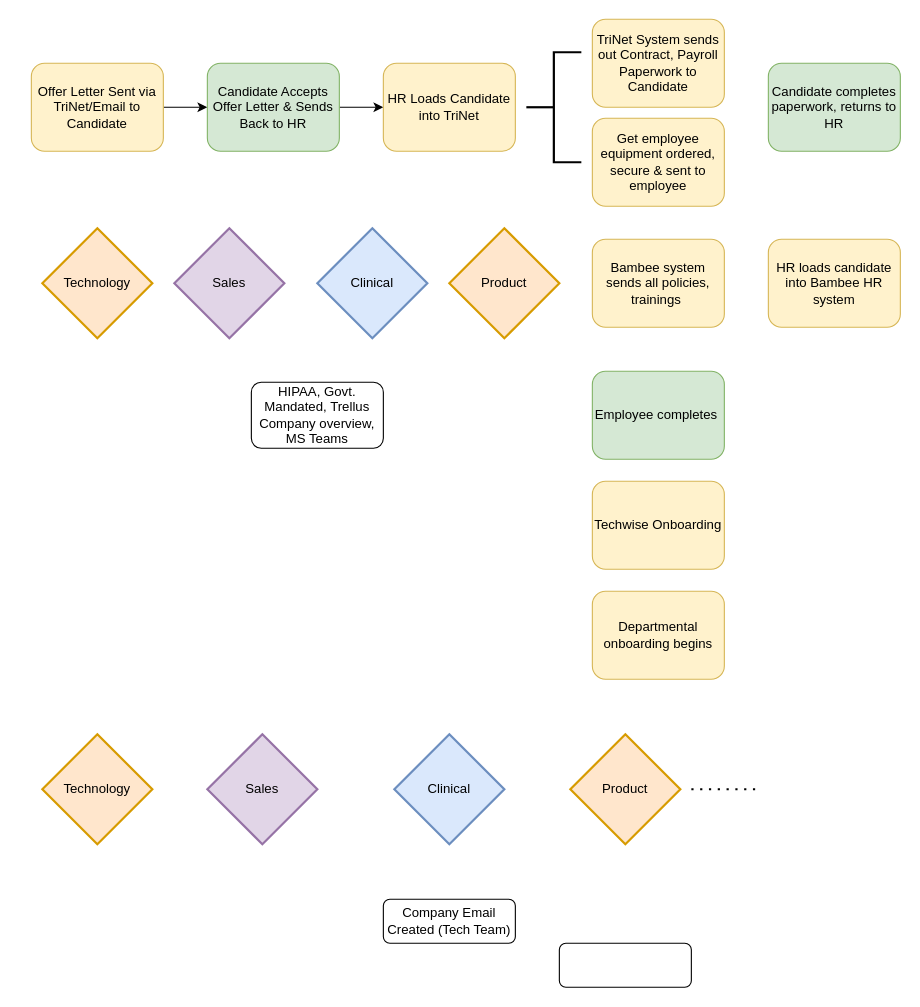
This is Untitled Diagram.drawio from jamey-trellus/diagrams, a draw.io file, before an edit. Source tidied: cells renumbered, new cells numbered last; positions are measured from the earlier drawing's top-left corner, leaving out a move shared by most shapes. Both pictures are drawn from the tidied source at 110%, with x=0, y=0 at pixel (31, 19).
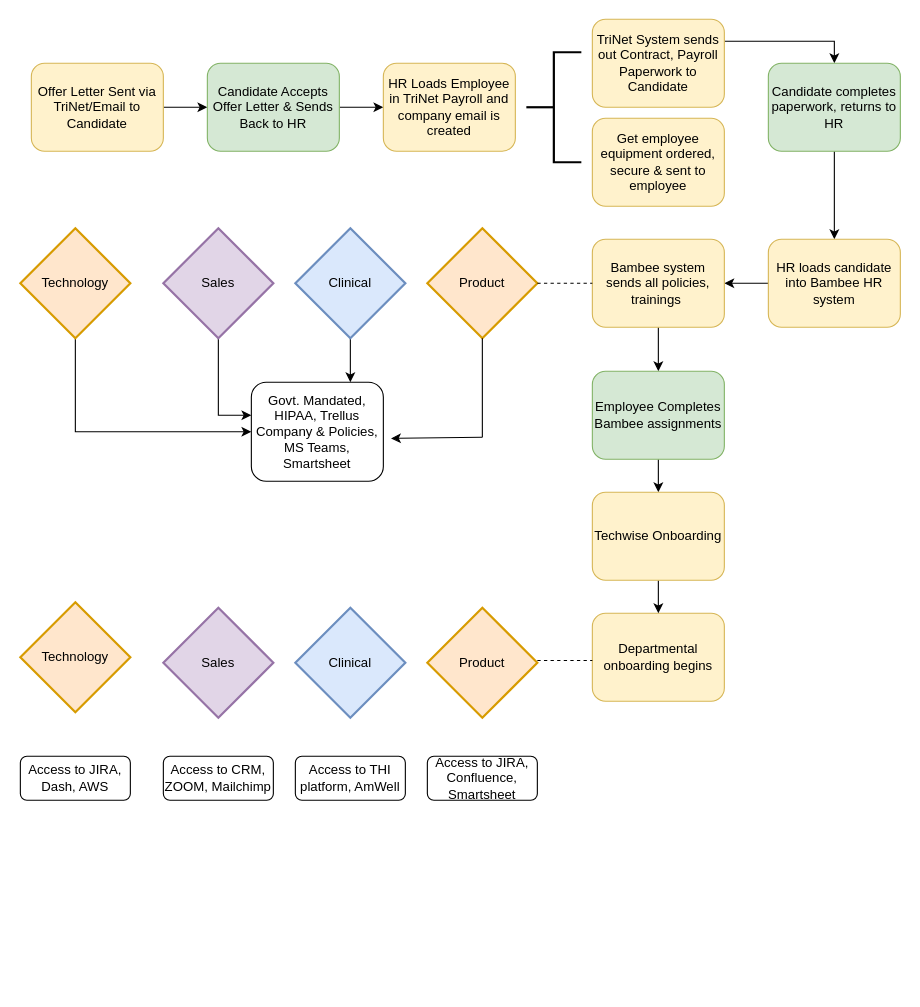
The same page after the edit.

Commit message:
Employee Onboarding Workflow.drawio

The change refers to these unchanged cells:
```xml
<mxCell id="6" value="TriNet System sends out Contract, Payroll Paperwork to Candidate" style="rounded=1;whiteSpace=wrap;html=1;fontSize=12;glass=0;strokeWidth=1;shadow=0;fillColor=#fff2cc;strokeColor=#d6b656;" parent="1" vertex="1">
  <mxGeometry x="510" width="120" height="80" as="geometry" />
</mxCell>
<mxCell id="7" value="Candidate completes paperwork, returns to HR" style="rounded=1;whiteSpace=wrap;html=1;fontSize=12;glass=0;strokeWidth=1;shadow=0;fillColor=#d5e8d4;strokeColor=#82b366;" parent="1" vertex="1">
  <mxGeometry x="670" y="40" width="120" height="80" as="geometry" />
</mxCell>
<mxCell id="8" value="HR loads candidate into Bambee HR system" style="rounded=1;whiteSpace=wrap;html=1;fontSize=12;glass=0;strokeWidth=1;shadow=0;fillColor=#fff2cc;strokeColor=#d6b656;" parent="1" vertex="1">
  <mxGeometry x="670" y="200" width="120" height="80" as="geometry" />
</mxCell>
<mxCell id="9" value="Bambee system sends all policies, trainings&amp;nbsp;" style="rounded=1;whiteSpace=wrap;html=1;fontSize=12;glass=0;strokeWidth=1;shadow=0;fillColor=#fff2cc;strokeColor=#d6b656;" parent="1" vertex="1">
  <mxGeometry x="510" y="200" width="120" height="80" as="geometry" />
</mxCell>
```

Diff of the diagram source:
```diff
@@
+    <mxCell id="28" style="edgeStyle=orthogonalEdgeStyle;rounded=0;jettySize=auto;html=1;entryX=0.5;entryY=0;entryDx=0;entryDy=0;" parent="1" edge="1" source="6" target="7">
+      <mxGeometry relative="1" as="geometry">
+        <Array as="points">
+          <mxPoint x="730" y="20" />
+        </Array>
+      </mxGeometry>
+    </mxCell>
@@
+    <mxCell id="29" style="edgeStyle=orthogonalEdgeStyle;rounded=0;jettySize=auto;html=1;entryX=0.5;entryY=0;entryDx=0;entryDy=0;" parent="1" edge="1" source="7" target="8">
+      <mxGeometry relative="1" as="geometry" />
+    </mxCell>
@@
+    <mxCell id="30" style="edgeStyle=orthogonalEdgeStyle;rounded=0;jettySize=auto;html=1;entryX=1;entryY=0.5;entryDx=0;entryDy=0;" parent="1" edge="1" source="8" target="9">
+      <mxGeometry relative="1" as="geometry" />
+    </mxCell>
@@
+    <mxCell id="31" style="edgeStyle=orthogonalEdgeStyle;rounded=0;jettySize=auto;html=1;entryX=0.5;entryY=0;entryDx=0;entryDy=0;" parent="1" edge="1" source="9" target="10">
+      <mxGeometry relative="1" as="geometry" />
+    </mxCell>
@@
+    <mxCell id="32" style="edgeStyle=orthogonalEdgeStyle;rounded=0;jettySize=auto;html=1;" parent="1" edge="1" source="10" target="17">
+      <mxGeometry relative="1" as="geometry" />
+    </mxCell>
-    <mxCell id="10" value="Employee completes&amp;nbsp;" style="rounded=1;whiteSpace=wrap;html=1;fontSize=12;glass=0;strokeWidth=1;shadow=0;fillColor=#d5e8d4;strokeColor=#82b366;" parent="1" vertex="1">
+    <mxCell id="10" value="Employee Completes Bambee assignments" style="rounded=1;whiteSpace=wrap;html=1;fontSize=12;glass=0;strokeWidth=1;shadow=0;fillColor=#d5e8d4;strokeColor=#82b366;" parent="1" vertex="1">
       <mxGeometry x="510" y="320" width="120" height="80" as="geometry" />
     </mxCell>
     <mxCell id="11" value="Departmental onboarding begins" style="rounded=1;whiteSpace=wrap;html=1;fontSize=12;glass=0;strokeWidth=1;shadow=0;fillColor=#fff2cc;strokeColor=#d6b656;" parent="1" vertex="1">
-      <mxGeometry x="510" y="520" width="120" height="80" as="geometry" />
+      <mxGeometry x="510" y="540" width="120" height="80" as="geometry" />
     </mxCell>
-    <mxCell id="12" value="HR Loads Candidate into TriNet" style="rounded=1;whiteSpace=wrap;html=1;fontSize=12;glass=0;strokeWidth=1;shadow=0;fillColor=#fff2cc;strokeColor=#d6b656;" parent="1" vertex="1">
+    <mxCell id="12" value="HR Loads Employee in TriNet Payroll and company email is created" style="rounded=1;whiteSpace=wrap;html=1;fontSize=12;glass=0;strokeWidth=1;shadow=0;fillColor=#fff2cc;strokeColor=#d6b656;" parent="1" vertex="1">
       <mxGeometry x="320" y="40" width="120" height="80" as="geometry" />
     </mxCell>
@@
+    <mxCell id="33" style="edgeStyle=orthogonalEdgeStyle;rounded=0;jettySize=auto;html=1;entryX=0.75;entryY=0;entryDx=0;entryDy=0;" parent="1" edge="1" source="14" target="27">
+      <mxGeometry relative="1" as="geometry" />
+    </mxCell>
     <mxCell id="14" value="Clinical" style="strokeWidth=2;html=1;shape=mxgraph.flowchart.decision;whiteSpace=wrap;fillColor=#dae8fc;strokeColor=#6c8ebf;" parent="1" vertex="1">
-      <mxGeometry x="260" y="190" width="100" height="100" as="geometry" />
+      <mxGeometry x="240" y="190" width="100" height="100" as="geometry" />
     </mxCell>
     <mxCell id="15" value="Product" style="strokeWidth=2;html=1;shape=mxgraph.flowchart.decision;whiteSpace=wrap;fillColor=#ffe6cc;strokeColor=#d79b00;" parent="1" vertex="1">
-      <mxGeometry x="380" y="190" width="100" height="100" as="geometry" />
+      <mxGeometry x="360" y="190" width="100" height="100" as="geometry" />
     </mxCell>
+    <mxCell id="34" style="edgeStyle=orthogonalEdgeStyle;rounded=0;jettySize=auto;html=1;entryX=0;entryY=0.333;entryDx=0;entryDy=0;entryPerimeter=0;" parent="1" edge="1" source="16" target="27">
+      <mxGeometry relative="1" as="geometry" />
+    </mxCell>
     <mxCell id="16" value="Sales" style="strokeWidth=2;html=1;shape=mxgraph.flowchart.decision;whiteSpace=wrap;fillColor=#e1d5e7;strokeColor=#9673a6;" parent="1" vertex="1">
-      <mxGeometry x="130" y="190" width="100" height="100" as="geometry" />
+      <mxGeometry x="120" y="190" width="100" height="100" as="geometry" />
     </mxCell>
+    <mxCell id="35" style="edgeStyle=orthogonalEdgeStyle;rounded=0;jettySize=auto;html=1;" parent="1" edge="1" source="17" target="11">
+      <mxGeometry relative="1" as="geometry" />
+    </mxCell>
     <mxCell id="17" value="Techwise Onboarding" style="rounded=1;whiteSpace=wrap;html=1;fontSize=12;glass=0;strokeWidth=1;shadow=0;fillColor=#fff2cc;strokeColor=#d6b656;" parent="1" vertex="1">
-      <mxGeometry x="510" y="420" width="120" height="80" as="geometry" />
+      <mxGeometry x="510" y="430" width="120" height="80" as="geometry" />
     </mxCell>
     <mxCell id="18" value="Sales" style="strokeWidth=2;html=1;shape=mxgraph.flowchart.decision;whiteSpace=wrap;fillColor=#e1d5e7;strokeColor=#9673a6;" parent="1" vertex="1">
-      <mxGeometry x="160" y="650" width="100" height="100" as="geometry" />
+      <mxGeometry x="120" y="535" width="100" height="100" as="geometry" />
     </mxCell>
     <mxCell id="19" value="Clinical" style="strokeWidth=2;html=1;shape=mxgraph.flowchart.decision;whiteSpace=wrap;fillColor=#dae8fc;strokeColor=#6c8ebf;" parent="1" vertex="1">
-      <mxGeometry x="330" y="650" width="100" height="100" as="geometry" />
+      <mxGeometry x="240" y="535" width="100" height="100" as="geometry" />
     </mxCell>
     <mxCell id="20" value="Product" style="strokeWidth=2;html=1;shape=mxgraph.flowchart.decision;whiteSpace=wrap;fillColor=#ffe6cc;strokeColor=#d79b00;" parent="1" vertex="1">
-      <mxGeometry x="490" y="650" width="100" height="100" as="geometry" />
+      <mxGeometry x="360" y="535" width="100" height="100" as="geometry" />
     </mxCell>
-    <mxCell id="21" style="endArrow=none;dashed=1;html=1;dashPattern=1 3;strokeWidth=2;endSize=10;startSize=10;" parent="1" edge="1">
-      <mxGeometry relative="1" as="geometry">
-        <mxPoint x="600" y="700" as="sourcePoint" />
-        <mxPoint x="660" y="700" as="targetPoint" />
-        <Array as="points">
-          <mxPoint x="630" y="700" />
-        </Array>
-      </mxGeometry>
-    </mxCell>
-    <mxCell id="22" value="Company Email Created (Tech Team)" style="rounded=1;whiteSpace=wrap;html=1;" parent="1" vertex="1">
-      <mxGeometry x="320" y="800" width="120" height="40" as="geometry" />
-    </mxCell>
-    <mxCell id="23" style="rounded=1;whiteSpace=wrap;html=1;" parent="1" vertex="1">
-      <mxGeometry x="480" y="840" width="120" height="40" as="geometry" />
+    <mxCell id="23" value="Access to CRM, ZOOM, Mailchimp" style="rounded=1;whiteSpace=wrap;html=1;" parent="1" vertex="1">
+      <mxGeometry x="120" y="670" width="100" height="40" as="geometry" />
     </mxCell>
     <mxCell id="24" value="Technology" style="strokeWidth=2;html=1;shape=mxgraph.flowchart.decision;whiteSpace=wrap;fillColor=#ffe6cc;strokeColor=#d79b00;" parent="1" vertex="1">
-      <mxGeometry x="10" y="650" width="100" height="100" as="geometry" />
+      <mxGeometry x="-10" y="530" width="100" height="100" as="geometry" />
     </mxCell>
+    <mxCell id="36" style="edgeStyle=orthogonalEdgeStyle;rounded=0;jettySize=auto;html=1;entryX=0;entryY=0.5;entryDx=0;entryDy=0;" parent="1" edge="1" source="25" target="27">
+      <mxGeometry relative="1" as="geometry">
+        <Array as="points">
+          <mxPoint x="40" y="375" />
+        </Array>
+      </mxGeometry>
+    </mxCell>
     <mxCell id="25" value="Technology" style="strokeWidth=2;html=1;shape=mxgraph.flowchart.decision;whiteSpace=wrap;fillColor=#ffe6cc;strokeColor=#d79b00;" parent="1" vertex="1">
-      <mxGeometry x="10" y="190" width="100" height="100" as="geometry" />
+      <mxGeometry x="-10" y="190" width="100" height="100" as="geometry" />
     </mxCell>
@@
-    <mxCell id="27" value="HIPAA, Govt. Mandated, Trellus Company overview, MS Teams" style="rounded=1;whiteSpace=wrap;html=1;" parent="1" vertex="1">
-      <mxGeometry x="200" y="330" width="120" height="60" as="geometry" />
+    <mxCell id="27" value="Govt. Mandated, HIPAA, Trellus Company &amp;amp; Policies, MS Teams, Smartsheet" style="rounded=1;whiteSpace=wrap;html=1;" parent="1" vertex="1">
+      <mxGeometry x="200" y="330" width="120" height="90" as="geometry" />
     </mxCell>
+    <mxCell id="37" style="endArrow=none;dashed=1;html=1;entryX=0;entryY=0.5;entryDx=0;entryDy=0;" parent="1" edge="1" target="9">
+      <mxGeometry relative="1" as="geometry">
+        <mxPoint x="460" y="240" as="sourcePoint" />
+      </mxGeometry>
+    </mxCell>
+    <mxCell id="38" style="endArrow=none;dashed=1;html=1;entryX=0;entryY=0.5;entryDx=0;entryDy=0;" parent="1" edge="1">
+      <mxGeometry relative="1" as="geometry">
+        <mxPoint x="460" y="583" as="sourcePoint" />
+        <mxPoint x="510" y="583" as="targetPoint" />
+      </mxGeometry>
+    </mxCell>
+    <mxCell id="39" value="Access to JIRA, Dash, AWS" style="rounded=1;whiteSpace=wrap;html=1;" parent="1" vertex="1">
+      <mxGeometry x="-10" y="670" width="100" height="40" as="geometry" />
+    </mxCell>
+    <mxCell id="40" value="Access to THI platform, AmWell" style="rounded=1;whiteSpace=wrap;html=1;" parent="1" vertex="1">
+      <mxGeometry x="240" y="670" width="100" height="40" as="geometry" />
+    </mxCell>
+    <mxCell id="41" value="Access to JIRA, Confluence, Smartsheet" style="rounded=1;whiteSpace=wrap;html=1;" parent="1" vertex="1">
+      <mxGeometry x="360" y="670" width="100" height="40" as="geometry" />
+    </mxCell>
+    <mxCell id="42" style="endArrow=none;html=1;" parent="1" edge="1">
+      <mxGeometry relative="1" as="geometry">
+        <mxPoint x="410" y="380" as="sourcePoint" />
+        <mxPoint x="410" y="290" as="targetPoint" />
+        <Array as="points">
+          <mxPoint x="410" y="340" />
+        </Array>
+      </mxGeometry>
+    </mxCell>
+    <mxCell id="43" style="endArrow=classic;html=1;entryX=1.058;entryY=0.567;entryDx=0;entryDy=0;entryPerimeter=0;" parent="1" edge="1" target="27">
+      <mxGeometry relative="1" as="geometry">
+        <mxPoint x="410" y="380" as="sourcePoint" />
+      </mxGeometry>
+    </mxCell>
```
